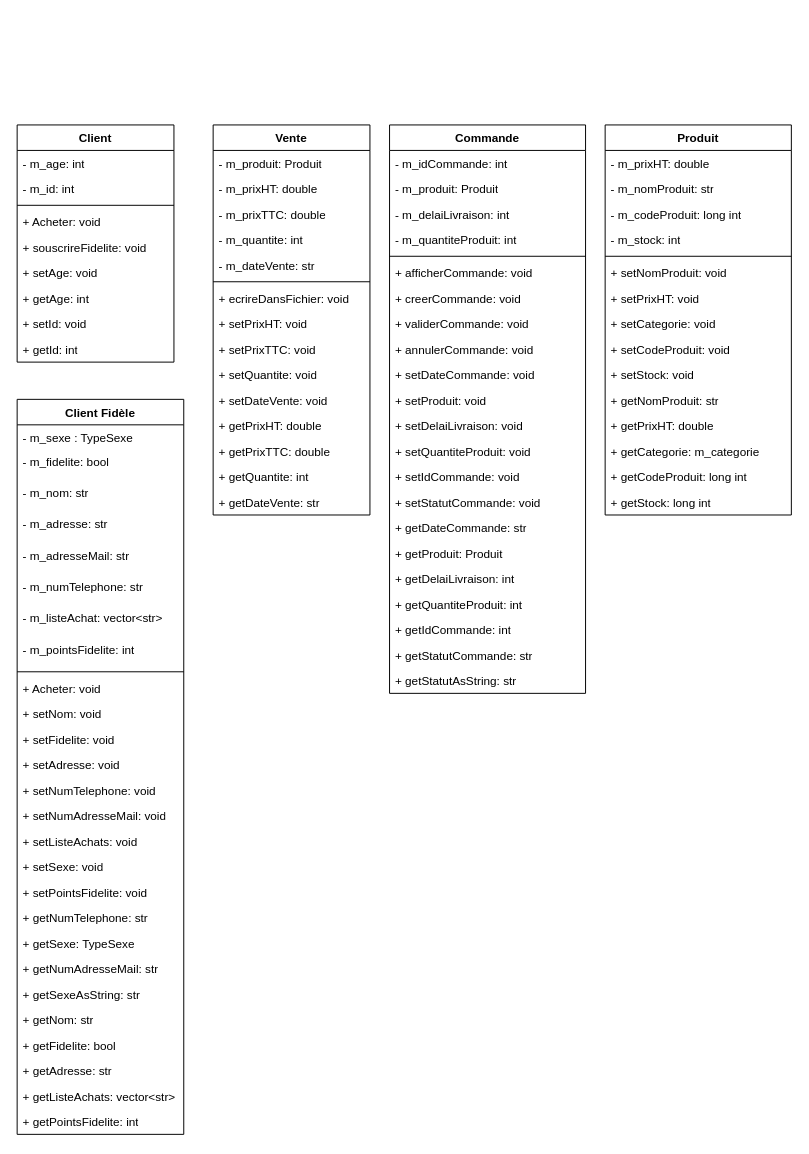
Above: DiagClasseSGMagasin.drawio in Davidbld/Magasin-CPP (draw.io), before the change. Source tidied: cells renumbered, new cells numbered last; positions are measured from the earlier drawing's top-left corner, leaving out a move shared by most shapes. Both pictures are drawn from the tidied source at 98%, with x=0, y=0 at pixel (17, 124).
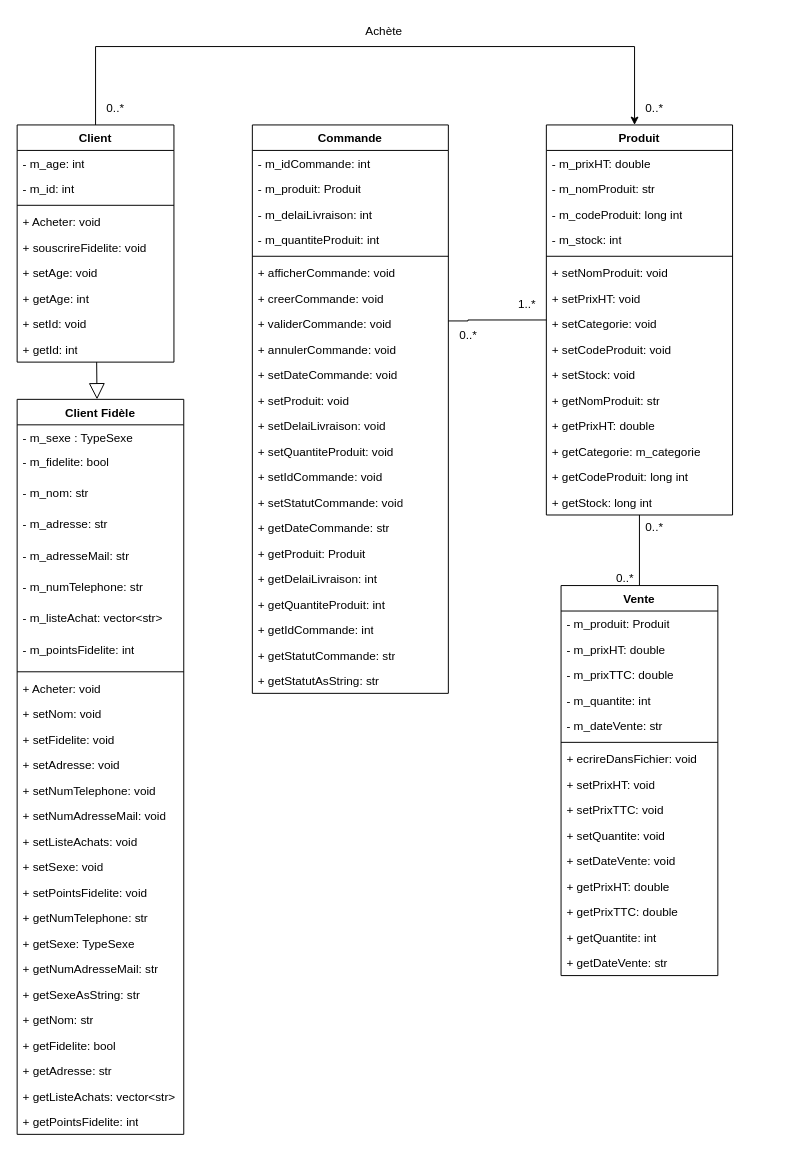
Above is the later version.

Commit message:
pre-Fix DiagClassSGM

Unchanged cells that the change refers to:
```xml
<mxCell id="2" value="Client" style="swimlane;fontStyle=1;align=center;verticalAlign=top;horizontal=1;startSize=26;whiteSpace=wrap;html=1;" parent="1" vertex="1">
  <mxGeometry width="160" height="242" as="geometry" />
</mxCell>
<mxCell id="67" value="Client Fidèle" style="swimlane;fontStyle=1;align=center;verticalAlign=top;horizontal=1;startSize=26;whiteSpace=wrap;html=1;" parent="1" vertex="1">
  <mxGeometry y="280" width="170" height="750" as="geometry" />
</mxCell>
```

Diff of the diagram source:
```diff
@@
+    <mxCell id="95" style="rounded=0;jettySize=auto;html=1;endArrow=block;endFill=0;endSize=14;" parent="1" edge="1" source="2" target="67">
+      <mxGeometry relative="1" as="geometry" />
+    </mxCell>
+    <mxCell id="96" style="edgeStyle=orthogonalEdgeStyle;rounded=0;jettySize=auto;html=1;endArrow=classic;endFill=1;" parent="1" edge="1" source="2" target="51">
+      <mxGeometry relative="1" as="geometry">
+        <Array as="points">
+          <mxPoint x="80" y="-80" />
+          <mxPoint x="630" y="-80" />
+        </Array>
+      </mxGeometry>
+    </mxCell>
@@
     <mxCell id="12" value="&lt;div&gt;Vente&lt;/div&gt;" style="swimlane;fontStyle=1;align=center;verticalAlign=top;horizontal=1;startSize=26;whiteSpace=wrap;html=1;" parent="1" vertex="1">
-      <mxGeometry x="200" width="160" height="398" as="geometry" />
+      <mxGeometry x="555" y="470" width="160" height="398" as="geometry" />
     </mxCell>
@@
     <mxCell id="28" value="Commande" style="swimlane;fontStyle=1;align=center;verticalAlign=top;horizontal=1;startSize=26;whiteSpace=wrap;html=1;" parent="1" vertex="1">
-      <mxGeometry x="380" width="200" height="580" as="geometry" />
+      <mxGeometry x="240" width="200" height="580" as="geometry" />
     </mxCell>
@@
+    <mxCell id="97" style="edgeStyle=orthogonalEdgeStyle;rounded=0;jettySize=auto;html=1;endArrow=none;endFill=0;" parent="1" edge="1" source="51" target="28">
+      <mxGeometry relative="1" as="geometry">
+        <Array as="points">
+          <mxPoint x="460" y="199" />
+          <mxPoint x="460" y="200" />
+        </Array>
+      </mxGeometry>
+    </mxCell>
+    <mxCell id="98" style="edgeStyle=orthogonalEdgeStyle;rounded=0;jettySize=auto;html=1;endArrow=none;endFill=0;" parent="1" edge="1" source="51" target="12">
+      <mxGeometry relative="1" as="geometry" />
+    </mxCell>
     <mxCell id="51" value="Produit" style="swimlane;fontStyle=1;align=center;verticalAlign=top;horizontal=1;startSize=26;whiteSpace=wrap;html=1;" parent="1" vertex="1">
-      <mxGeometry x="600" width="190" height="398" as="geometry" />
+      <mxGeometry x="540" width="190" height="398" as="geometry" />
     </mxCell>
@@
+    <mxCell id="99" value="&lt;div&gt;Achète&lt;/div&gt;" style="text;html=1;align=center;verticalAlign=middle;strokeColor=none;fillColor=none;" parent="1" vertex="1">
+      <mxGeometry x="344" y="-110" width="60" height="30" as="geometry" />
+    </mxCell>
+    <mxCell id="100" value="&lt;div&gt;0..*&lt;/div&gt;&lt;div&gt;&lt;br&gt;&lt;/div&gt;" style="text;html=1;align=center;verticalAlign=middle;strokeColor=none;fillColor=none;" parent="1" vertex="1">
+      <mxGeometry x="80" y="-30" width="40" height="40" as="geometry" />
+    </mxCell>
+    <mxCell id="101" value="&lt;div&gt;0..*&lt;/div&gt;&lt;div&gt;&lt;br&gt;&lt;/div&gt;" style="text;html=1;align=center;verticalAlign=middle;strokeColor=none;fillColor=none;" parent="1" vertex="1">
+      <mxGeometry x="630" y="-30" width="40" height="40" as="geometry" />
+    </mxCell>
+    <mxCell id="102" value="1..*&lt;div&gt;&lt;br&gt;&lt;/div&gt;" style="text;html=1;align=center;verticalAlign=middle;strokeColor=none;fillColor=none;" parent="1" vertex="1">
+      <mxGeometry x="500" y="170" width="40" height="40" as="geometry" />
+    </mxCell>
+    <mxCell id="103" value="0..*&lt;div&gt;&lt;br&gt;&lt;/div&gt;" style="text;html=1;align=center;verticalAlign=middle;strokeColor=none;fillColor=none;" parent="1" vertex="1">
+      <mxGeometry x="440" y="202" width="40" height="40" as="geometry" />
+    </mxCell>
+    <mxCell id="104" value="0..*&lt;div&gt;&lt;br&gt;&lt;/div&gt;" style="text;html=1;align=center;verticalAlign=middle;strokeColor=none;fillColor=none;" parent="1" vertex="1">
+      <mxGeometry x="630" y="398" width="40" height="40" as="geometry" />
+    </mxCell>
+    <mxCell id="105" value="0..*&lt;div&gt;&lt;br&gt;&lt;/div&gt;" style="text;html=1;align=center;verticalAlign=middle;strokeColor=none;fillColor=none;" parent="1" vertex="1">
+      <mxGeometry x="600" y="450" width="40" height="40" as="geometry" />
+    </mxCell>
```
